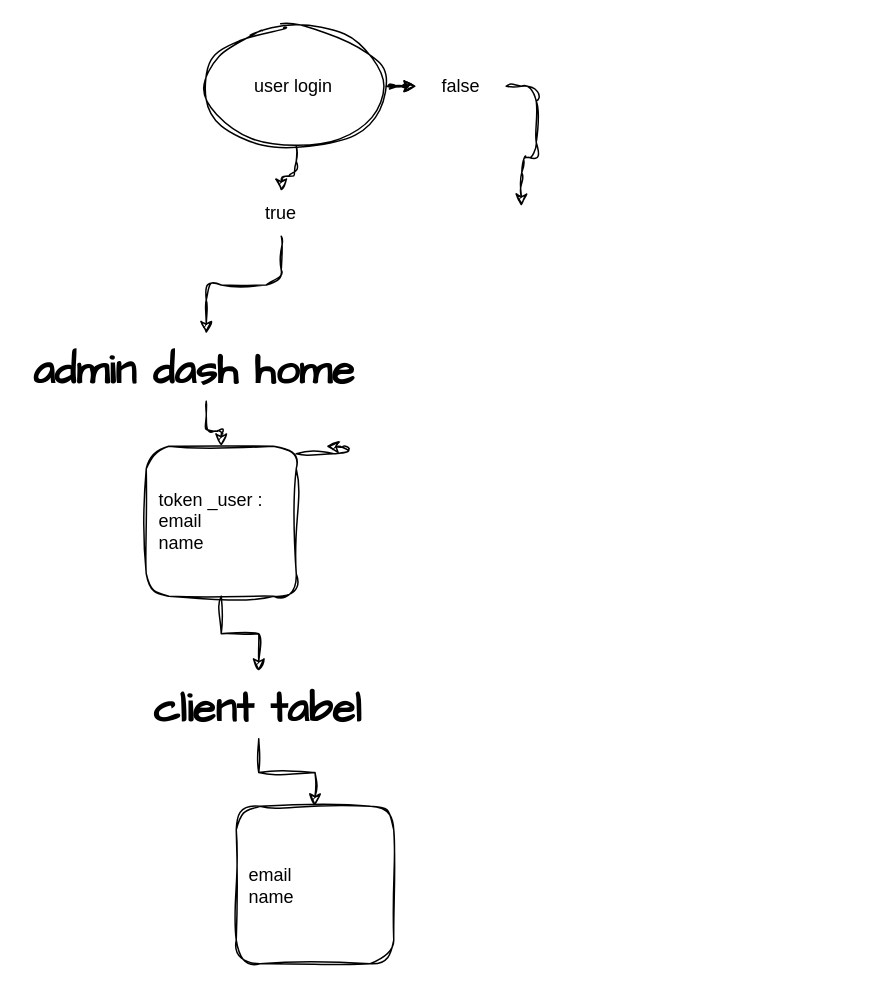
MohammedMusatfa44/Space keeps this draw.io diagram as minix/Untitled Diagram.drawio. Above is the earlier version. Source tidied: cells renumbered, new cells numbered last; positions are measured from the earlier drawing's top-left corner, leaving out a move shared by most shapes. Both pictures are drawn from the tidied source at 150%, with x=0, y=0 at pixel (26, 26).
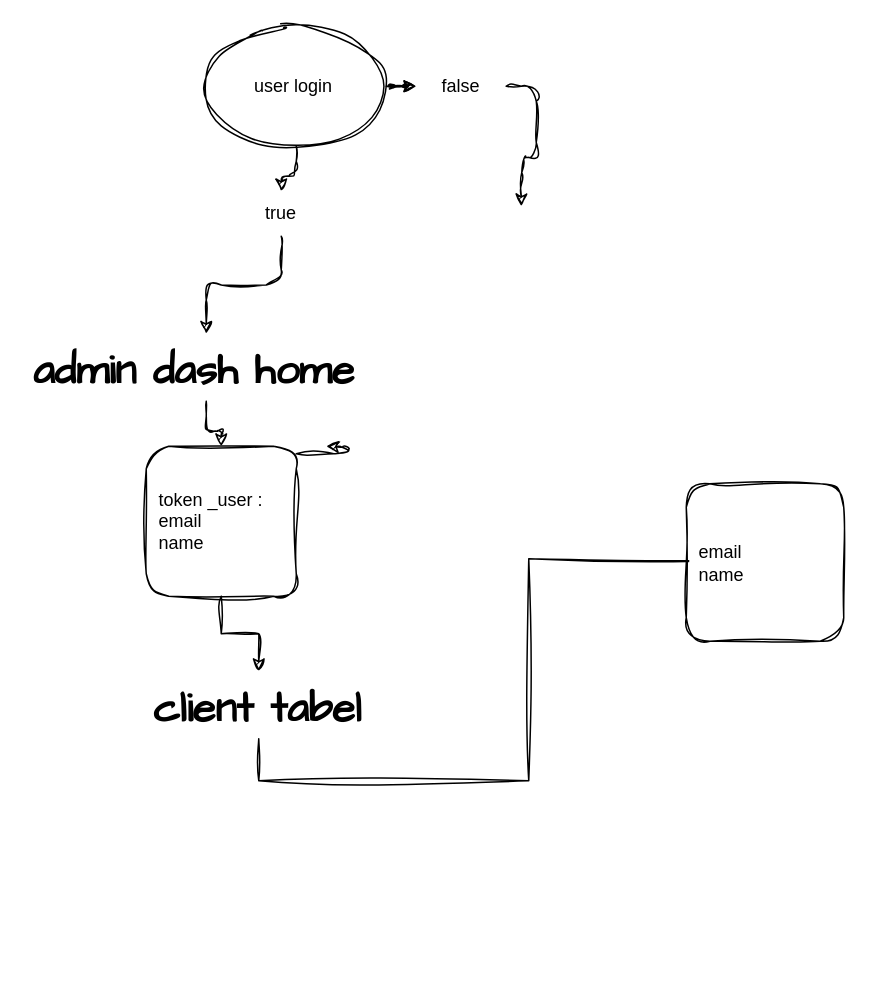
After the change.

Unchanged cells that the change refers to:
```xml
<mxCell id="17" value="&lt;h1 style=&quot;font-size: 28px;&quot;&gt;client tabel&lt;/h1&gt;&lt;div&gt;&lt;br&gt;&lt;/div&gt;" style="text;html=1;strokeColor=none;fillColor=none;spacing=5;spacingTop=-20;whiteSpace=wrap;overflow=hidden;rounded=0;fontSize=20;fontFamily=Architects Daughter;" parent="1" vertex="1">
  <mxGeometry x="80" y="430" width="150" height="45" as="geometry" />
</mxCell>
```

Change to the diagram source:
```diff
@@
-    <mxCell id="11" style="edgeStyle=orthogonalEdgeStyle;rounded=0;sketch=1;hachureGap=4;jiggle=2;curveFitting=1;jettySize=auto;html=1;fontFamily=Architects Daughter;fontSize=16;entryX=0.5;entryY=0;entryDx=0;entryDy=0;" parent="1" edge="1" source="17" target="15">
-      <mxGeometry relative="1" as="geometry" />
+    <mxCell id="11" style="edgeStyle=orthogonalEdgeStyle;rounded=0;sketch=1;hachureGap=4;jiggle=2;curveFitting=1;jettySize=auto;html=1;fontFamily=Architects Daughter;fontSize=16;entryX=0.5;entryY=0;entryDx=0;entryDy=0;exitX=0.5;exitY=1;exitDx=0;exitDy=0;" parent="1" edge="1" source="17">
+      <mxGeometry relative="1" as="geometry">
+        <mxPoint x="492.5" y="355" as="targetPoint" />
+        <Array as="points">
+          <mxPoint x="155" y="503" />
+          <mxPoint x="335" y="503" />
+          <mxPoint x="335" y="355" />
+        </Array>
+      </mxGeometry>
     </mxCell>
@@
     <mxCell id="15" value="&amp;nbsp; email&amp;nbsp;&amp;nbsp;&lt;br&gt;&amp;nbsp; name&amp;nbsp;" style="rounded=1;glass=0;align=left;labelBackgroundColor=none;sketch=1;curveFitting=1;jiggle=2;labelBorderColor=none;whiteSpace=wrap;html=1;fontStyle=0;horizontal=1;verticalAlign=middle;fontFamily=Helvetica;" parent="1" vertex="1">
-      <mxGeometry x="140" y="520" width="105" height="105" as="geometry" />
+      <mxGeometry x="440" y="305" width="105" height="105" as="geometry" />
     </mxCell>
```
